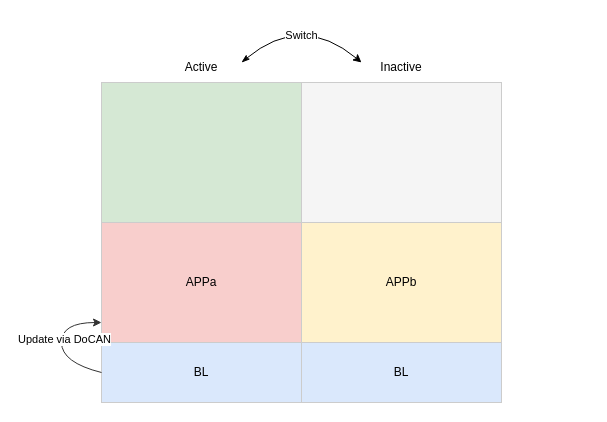
hehenihao/chart keeps this draw.io diagram as ota.drawio. Above is the earlier version. Source tidied: cells renumbered, new cells numbered last; positions are measured from the earlier drawing's top-left corner, leaving out a move shared by most shapes. Both pictures are drawn from the tidied source at 100%, with x=0, y=0 at pixel (61, 12).
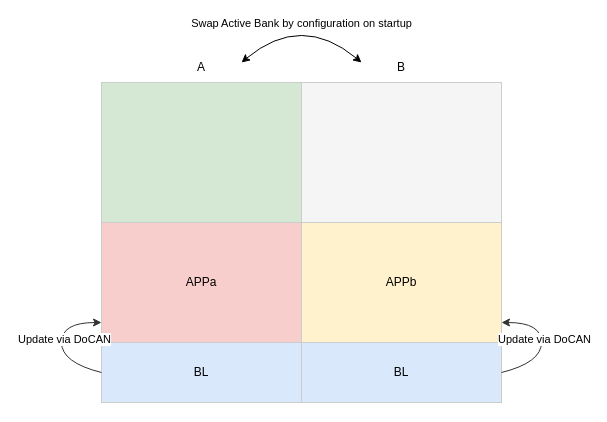
After the change.

Change to the diagram source:
```diff
@@
-    <mxCell id="4" value="Active" style="text;html=1;align=center;verticalAlign=middle;whiteSpace=wrap;rounded=0;" parent="1" vertex="1">
+    <mxCell id="4" value="A" style="text;html=1;align=center;verticalAlign=middle;whiteSpace=wrap;rounded=0;" parent="1" vertex="1">
       <mxGeometry x="110" y="40" width="60" height="30" as="geometry" />
     </mxCell>
-    <mxCell id="5" value="Inactive" style="text;html=1;align=center;verticalAlign=middle;whiteSpace=wrap;rounded=0;" parent="1" vertex="1">
+    <mxCell id="5" value="B" style="text;html=1;align=center;verticalAlign=middle;whiteSpace=wrap;rounded=0;" parent="1" vertex="1">
       <mxGeometry x="310" y="40" width="60" height="30" as="geometry" />
     </mxCell>
@@
-    <mxCell id="13" style="curved=1;endArrow=classic;html=1;rounded=0;startArrow=classicThin;startFill=1;" parent="1" edge="1">
+    <mxCell id="13" style="curved=1;endArrow=classic;html=1;rounded=0;startArrow=classic;startFill=1;" parent="1" edge="1">
       <mxGeometry relative="1" as="geometry">
         <mxPoint x="180" y="50" as="sourcePoint" />
         <mxPoint x="300" y="50" as="targetPoint" />
         <Array as="points">
           <mxPoint x="240" />
         </Array>
       </mxGeometry>
     </mxCell>
-    <mxCell id="14" value="Switch" style="edgeLabel;html=1;align=center;verticalAlign=middle;" parent="13" vertex="1">
+    <mxCell id="14" value="Swap Active Bank by configuration on startup" style="edgeLabel;html=1;align=center;verticalAlign=middle;" parent="13" vertex="1">
       <mxGeometry x="0.28" y="-11" relative="1" as="geometry">
-        <mxPoint x="-10" as="offset" />
+        <mxPoint x="-10" y="-12" as="offset" />
       </mxGeometry>
     </mxCell>
+    <mxCell id="15" style="curved=1;endArrow=classic;html=1;rounded=0;strokeColor=#333333;" parent="1" edge="1">
+      <mxGeometry relative="1" as="geometry">
+        <mxPoint x="440" y="360" as="sourcePoint" />
+        <mxPoint x="440" y="310" as="targetPoint" />
+        <Array as="points">
+          <mxPoint x="440" y="360" />
+          <mxPoint x="480" y="350" />
+          <mxPoint x="480" y="310" />
+        </Array>
+      </mxGeometry>
+    </mxCell>
+    <mxCell id="16" value="Update via DoCAN" style="edgeLabel;html=1;align=center;verticalAlign=middle;" parent="15" vertex="1">
+      <mxGeometry x="0.08" y="-2" relative="1" as="geometry" />
+    </mxCell>
```
